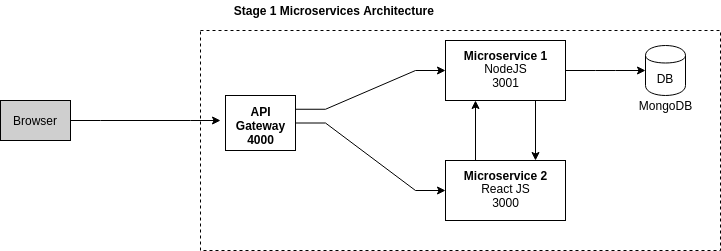
akashrajguru/microservice-k8s-example keeps this draw.io diagram as Stage1_Microservices-Architecture.png. Above is the earlier version. Source tidied: cells renumbered, new cells last; positions are measured from the earlier drawing's top-left corner, leaving out a move shared by most shapes. The source it was exported from:
```xml
<mxGraphModel>
  <root>
    <mxCell id="0" />
    <mxCell id="1" parent="0" />
    <mxCell id="2" style="rounded=0;whiteSpace=wrap;html=1;fillColor=none;dashed=1;" parent="1" vertex="1">
      <mxGeometry x="200" y="30" width="520" height="220" as="geometry" />
    </mxCell>
    <mxCell id="3" value="&lt;b&gt;Stage 1 Microservices Architecture&amp;nbsp;&lt;/b&gt;" style="text;html=1;align=center;verticalAlign=middle;" parent="1" vertex="1">
      <mxGeometry x="225" width="220" height="20" as="geometry" />
    </mxCell>
    <mxCell id="4" style="edgeStyle=entityRelationEdgeStyle;rounded=0;orthogonalLoop=1;jettySize=auto;html=1;" parent="1" edge="1">
      <mxGeometry relative="1" as="geometry">
        <mxPoint x="70" y="120" as="sourcePoint" />
        <mxPoint x="220" y="120" as="targetPoint" />
      </mxGeometry>
    </mxCell>
    <mxCell id="5" style="edgeStyle=entityRelationEdgeStyle;rounded=0;jettySize=auto;html=1;exitX=1;exitY=0.25;exitDx=0;exitDy=0;entryX=0;entryY=0.5;entryDx=0;entryDy=0;" parent="1" edge="1" source="7" target="10">
      <mxGeometry relative="1" as="geometry" />
    </mxCell>
    <mxCell id="6" style="edgeStyle=entityRelationEdgeStyle;rounded=0;jettySize=auto;html=1;exitX=1;exitY=0.5;exitDx=0;exitDy=0;entryX=0;entryY=0.5;entryDx=0;entryDy=0;" parent="1" edge="1" source="7" target="17">
      <mxGeometry relative="1" as="geometry" />
    </mxCell>
    <mxCell id="7" style="rounded=0;whiteSpace=wrap;html=1;" parent="1" vertex="1">
      <mxGeometry x="225" y="95" width="70" height="55" as="geometry" />
    </mxCell>
    <mxCell id="8" style="edgeStyle=entityRelationEdgeStyle;rounded=0;jettySize=auto;html=1;exitX=1;exitY=0.5;exitDx=0;exitDy=0;entryX=0;entryY=0.5;entryDx=0;entryDy=0;" parent="1" edge="1" source="10" target="11">
      <mxGeometry relative="1" as="geometry" />
    </mxCell>
    <mxCell id="9" style="edgeStyle=none;rounded=0;jettySize=auto;html=1;exitX=0.75;exitY=1;exitDx=0;exitDy=0;entryX=0.75;entryY=0;entryDx=0;entryDy=0;" parent="1" edge="1" source="10" target="17">
      <mxGeometry relative="1" as="geometry" />
    </mxCell>
    <mxCell id="10" style="rounded=0;whiteSpace=wrap;html=1;" parent="1" vertex="1">
      <mxGeometry x="445" y="40" width="120" height="60" as="geometry" />
    </mxCell>
    <mxCell id="11" value="DB" style="shape=cylinder;whiteSpace=wrap;html=1;boundedLbl=1;backgroundOutline=1;" parent="1" vertex="1">
      <mxGeometry x="645" y="45" width="40" height="50" as="geometry" />
    </mxCell>
    <mxCell id="12" value="&lt;b&gt;API&lt;br&gt;Gateway&lt;br&gt;4000&lt;br&gt;&lt;/b&gt;" style="text;html=1;align=center;verticalAlign=middle;" parent="1" vertex="1">
      <mxGeometry x="225" y="100" width="70" height="50" as="geometry" />
    </mxCell>
    <mxCell id="13" value="&lt;b&gt;Microservice 1&lt;/b&gt;" style="text;html=1;align=center;verticalAlign=middle;" parent="1" vertex="1">
      <mxGeometry x="455" y="45" width="100" height="20" as="geometry" />
    </mxCell>
    <mxCell id="14" value="NodeJS&lt;br&gt;3001&lt;br&gt;" style="text;html=1;align=center;verticalAlign=middle;" parent="1" vertex="1">
      <mxGeometry x="475" y="60" width="60" height="30" as="geometry" />
    </mxCell>
    <mxCell id="15" value="MongoDB" style="text;html=1;align=center;verticalAlign=middle;" parent="1" vertex="1">
      <mxGeometry x="630" y="95" width="70" height="20" as="geometry" />
    </mxCell>
    <mxCell id="16" style="rounded=0;jettySize=auto;html=1;exitX=0.25;exitY=0;exitDx=0;exitDy=0;entryX=0.25;entryY=1;entryDx=0;entryDy=0;" parent="1" edge="1" source="17" target="10">
      <mxGeometry relative="1" as="geometry" />
    </mxCell>
    <mxCell id="17" style="rounded=0;whiteSpace=wrap;html=1;" parent="1" vertex="1">
      <mxGeometry x="445" y="160" width="120" height="60" as="geometry" />
    </mxCell>
    <mxCell id="18" value="&lt;b&gt;Microservice 2&lt;/b&gt;" style="text;html=1;align=center;verticalAlign=middle;" parent="1" vertex="1">
      <mxGeometry x="455" y="165" width="100" height="20" as="geometry" />
    </mxCell>
    <mxCell id="19" value="React JS&lt;br&gt;3000" style="text;html=1;align=center;verticalAlign=middle;" parent="1" vertex="1">
      <mxGeometry x="475" y="180" width="60" height="30" as="geometry" />
    </mxCell>
    <mxCell id="20" value="Browser" style="rounded=0;whiteSpace=wrap;html=1;fillColor=#CFCFCF;" parent="1" vertex="1">
      <mxGeometry y="100" width="70" height="40" as="geometry" />
    </mxCell>
  </root>
</mxGraphModel>
```
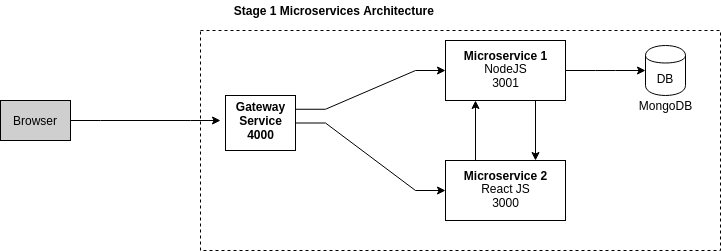
The same diagram one commit later.

Commit message:
updated stage 1 diagram

Change to the diagram source:
```diff
@@ -35,8 +35,8 @@
     <mxCell id="11" value="DB" style="shape=cylinder;whiteSpace=wrap;html=1;boundedLbl=1;backgroundOutline=1;" parent="1" vertex="1">
       <mxGeometry x="645" y="45" width="40" height="50" as="geometry" />
     </mxCell>
-    <mxCell id="12" value="&lt;b&gt;API&lt;br&gt;Gateway&lt;br&gt;4000&lt;br&gt;&lt;/b&gt;" style="text;html=1;align=center;verticalAlign=middle;" parent="1" vertex="1">
-      <mxGeometry x="225" y="100" width="70" height="50" as="geometry" />
+    <mxCell id="12" value="&lt;b&gt;Gateway&lt;br&gt;Service&lt;br&gt;4000&lt;br&gt;&lt;/b&gt;" style="text;html=1;align=center;verticalAlign=middle;" parent="1" vertex="1">
+      <mxGeometry x="225" y="95" width="70" height="50" as="geometry" />
     </mxCell>
     <mxCell id="13" value="&lt;b&gt;Microservice 1&lt;/b&gt;" style="text;html=1;align=center;verticalAlign=middle;" parent="1" vertex="1">
       <mxGeometry x="455" y="45" width="100" height="20" as="geometry" />
```
